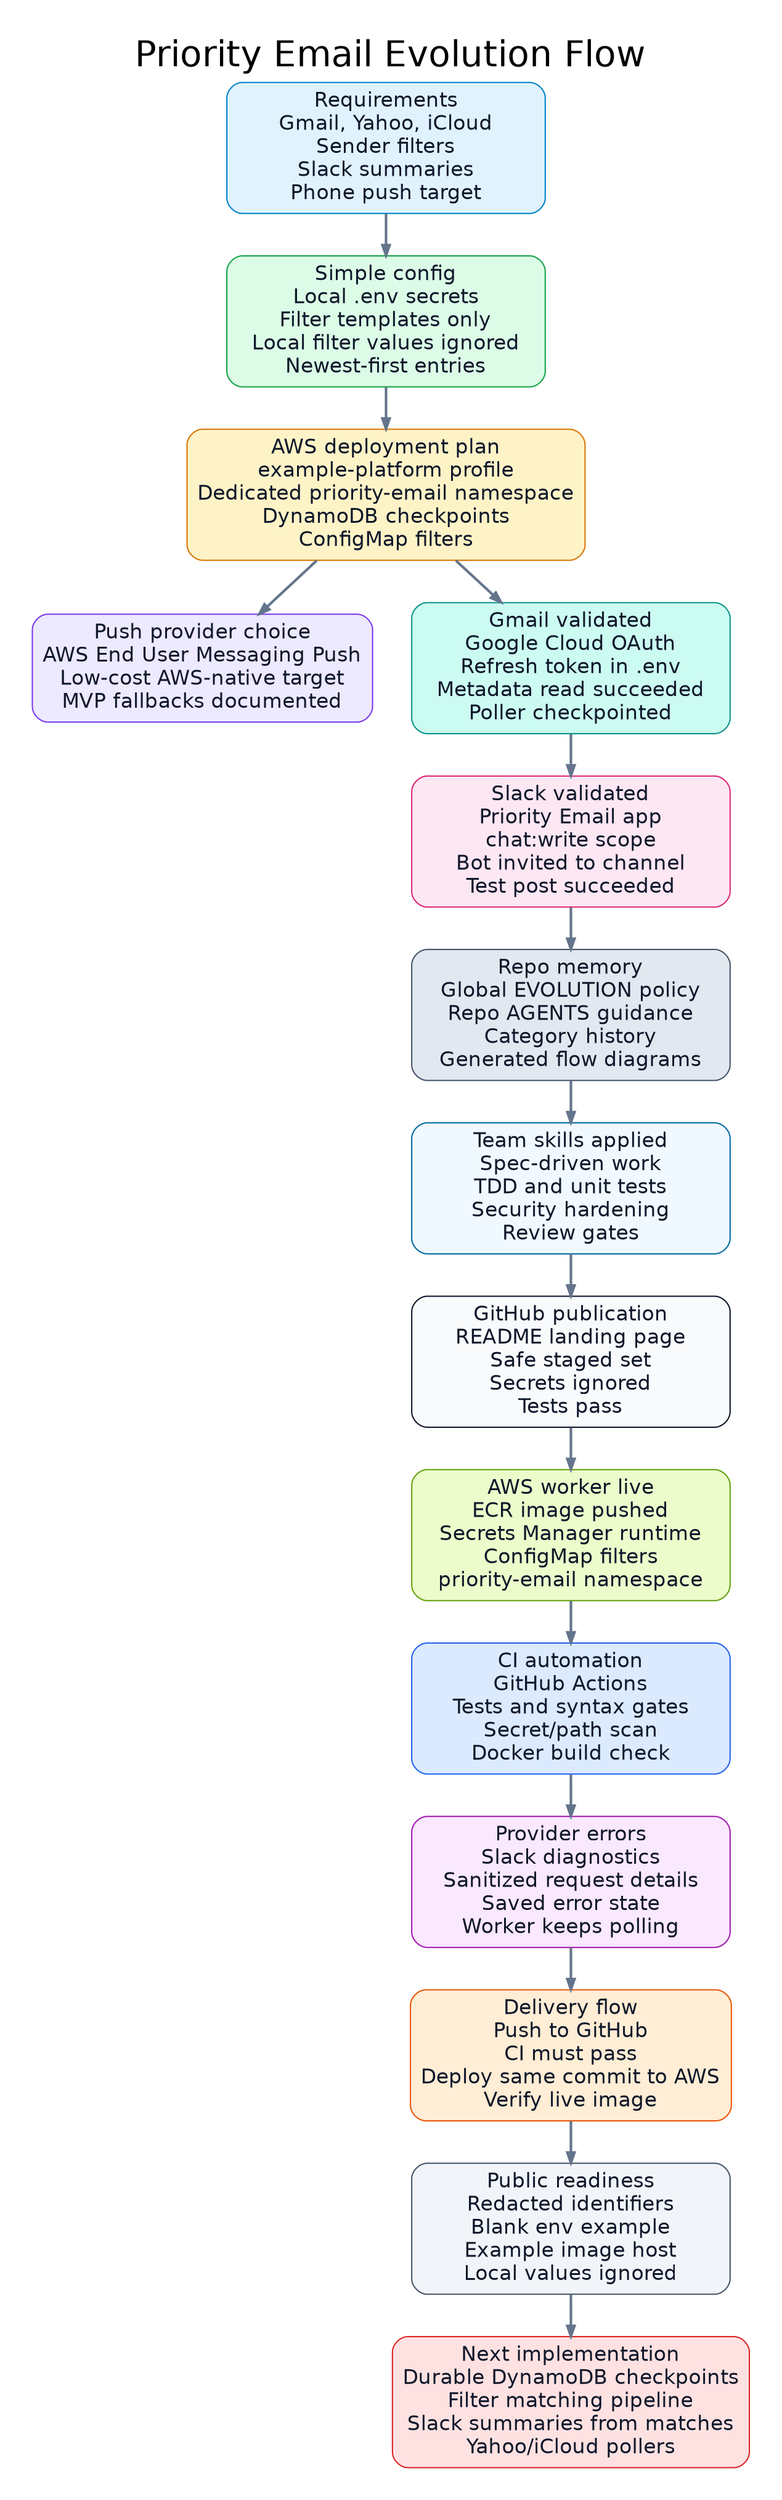
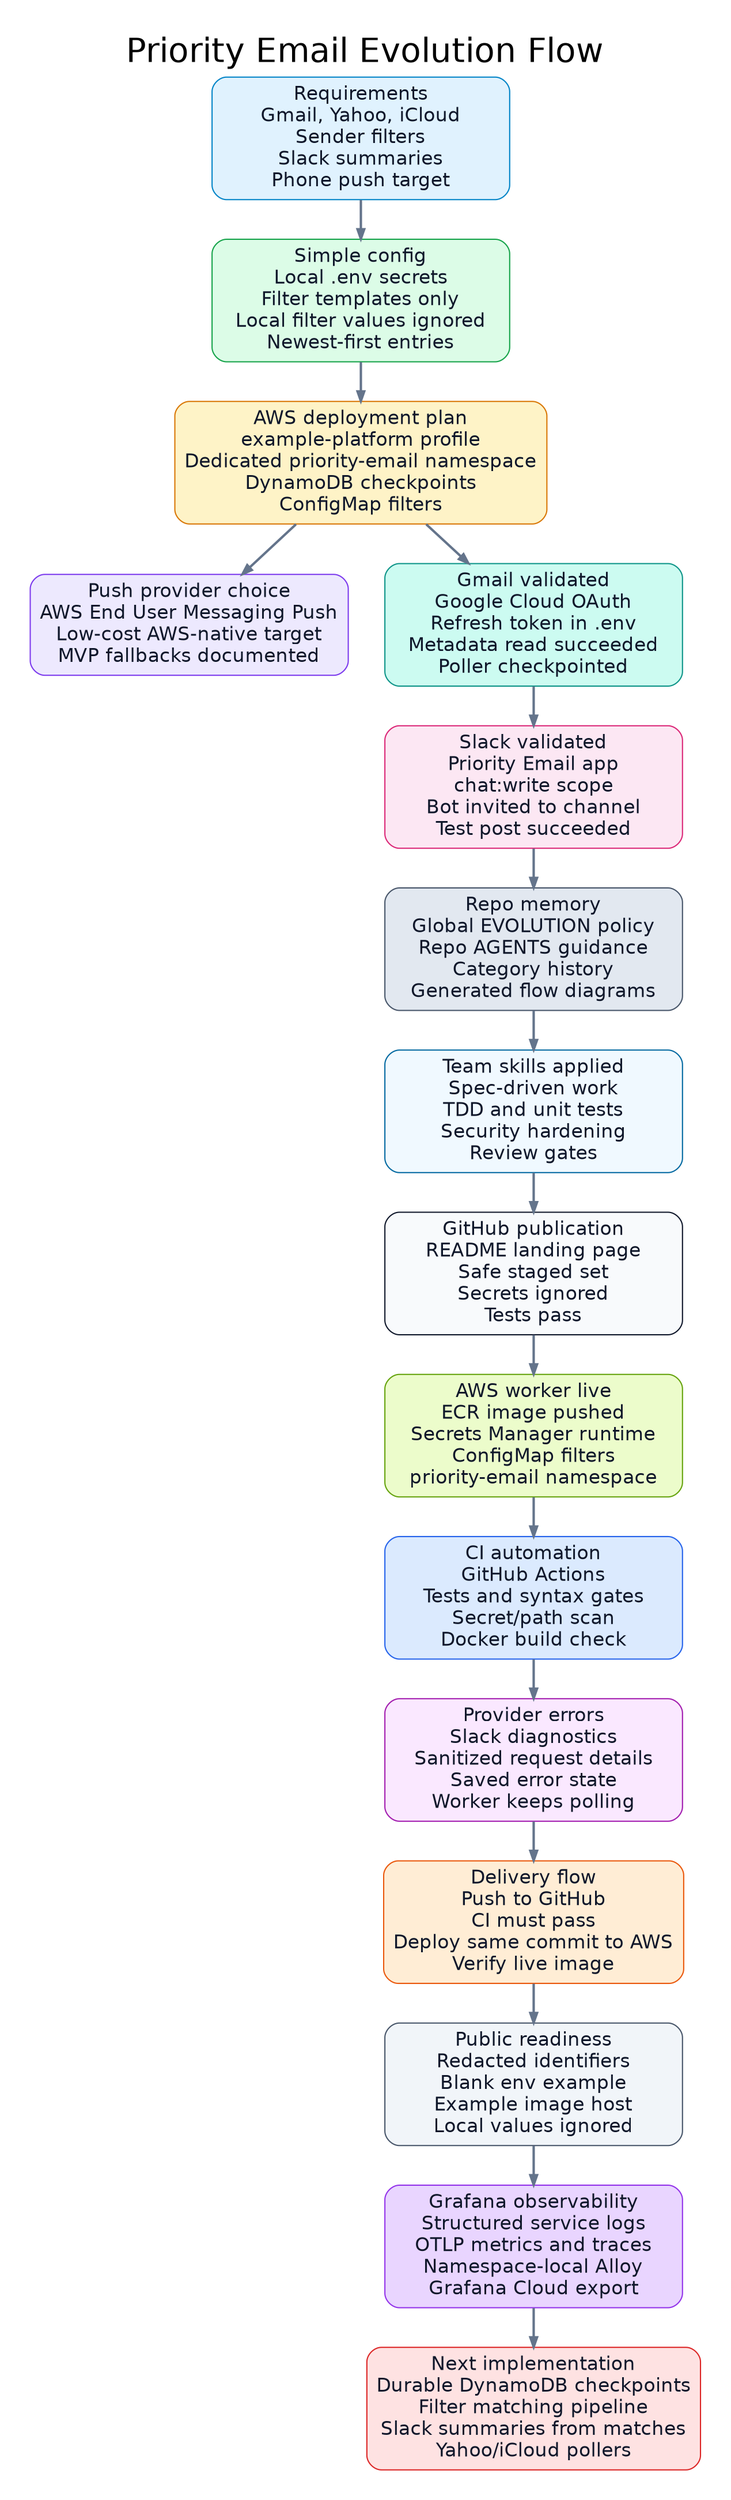
digraph priority_email_evolution_flow {
  graph [
    rankdir=TB,
    bgcolor="#ffffff",
    pad="0.35",
    nodesep="0.42",
    ranksep="0.46",
    fontname="Helvetica",
    fontsize=28,
    labelloc="t",
    label="Priority Email Evolution Flow"
  ];

  node [
    shape=box,
    style="rounded,filled",
    fontname="Helvetica",
    fontsize=16,
    margin="0.11,0.08",
    width=3.45,
    color="#334155",
    fontcolor="#0f172a"
  ];

  edge [
    color="#64748b",
    arrowsize=0.8,
    penwidth=2,
    fontname="Helvetica",
    fontsize=12,
    fontcolor="#334155"
  ];

  requirements [
    label="Requirements\nGmail, Yahoo, iCloud\nSender filters\nSlack summaries\nPhone push target",
    fillcolor="#e0f2fe",
    color="#0284c7"
  ];

  config [
    label="Simple config\nLocal .env secrets\nFilter templates only\nLocal filter values ignored\nNewest-first entries",
    fillcolor="#dcfce7",
    color="#16a34a"
  ];

  deployment [
    label="AWS deployment plan\nexample-platform profile\nDedicated priority-email namespace\nDynamoDB checkpoints\nConfigMap filters",
    fillcolor="#fef3c7",
    color="#d97706"
  ];

  push [
    label="Push provider choice\nAWS End User Messaging Push\nLow-cost AWS-native target\nMVP fallbacks documented",
    fillcolor="#ede9fe",
    color="#7c3aed"
  ];

  gmail [
    label="Gmail validated\nGoogle Cloud OAuth\nRefresh token in .env\nMetadata read succeeded\nPoller checkpointed",
    fillcolor="#ccfbf1",
    color="#0d9488"
  ];

  slack [
    label="Slack validated\nPriority Email app\nchat:write scope\nBot invited to channel\nTest post succeeded",
    fillcolor="#fce7f3",
    color="#db2777"
  ];

  policy [
    label="Repo memory\nGlobal EVOLUTION policy\nRepo AGENTS guidance\nCategory history\nGenerated flow diagrams",
    fillcolor="#e2e8f0",
    color="#475569"
  ];

  quality [
    label="Team skills applied\nSpec-driven work\nTDD and unit tests\nSecurity hardening\nReview gates",
    fillcolor="#f0f9ff",
    color="#0369a1"
  ];

  github [
    label="GitHub publication\nREADME landing page\nSafe staged set\nSecrets ignored\nTests pass",
    fillcolor="#f8fafc",
    color="#0f172a"
  ];

  aws_live [
    label="AWS worker live\nECR image pushed\nSecrets Manager runtime\nConfigMap filters\npriority-email namespace",
    fillcolor="#ecfccb",
    color="#65a30d"
  ];

  ci [
    label="CI automation\nGitHub Actions\nTests and syntax gates\nSecret/path scan\nDocker build check",
    fillcolor="#dbeafe",
    color="#2563eb"
  ];

  provider_errors [
    label="Provider errors\nSlack diagnostics\nSanitized request details\nSaved error state\nWorker keeps polling",
    fillcolor="#fae8ff",
    color="#a21caf"
  ];

  delivery_flow [
    label="Delivery flow\nPush to GitHub\nCI must pass\nDeploy same commit to AWS\nVerify live image",
    fillcolor="#ffedd5",
    color="#ea580c"
  ];

  public_ready [
    label="Public readiness\nRedacted identifiers\nBlank env example\nExample image host\nLocal values ignored",
    fillcolor="#f1f5f9",
    color="#475569"
  ];

+   observability [
+     label="Grafana observability\nStructured service logs\nOTLP metrics and traces\nNamespace-local Alloy\nGrafana Cloud export",
+     fillcolor="#e9d5ff",
+     color="#9333ea"
+   ];
+ 
  next [
    label="Next implementation\nDurable DynamoDB checkpoints\nFilter matching pipeline\nSlack summaries from matches\nYahoo/iCloud pollers",
    fillcolor="#fee2e2",
    color="#dc2626"
  ];

  requirements -> config;
  config -> deployment;
  deployment -> push;
  deployment -> gmail;
  gmail -> slack;
  slack -> policy;
  policy -> quality;
  quality -> github;
  github -> aws_live;
  aws_live -> ci;
  ci -> provider_errors;
  provider_errors -> delivery_flow;
  delivery_flow -> public_ready;
-   public_ready -> next;
+   public_ready -> observability;
+   observability -> next;
}
